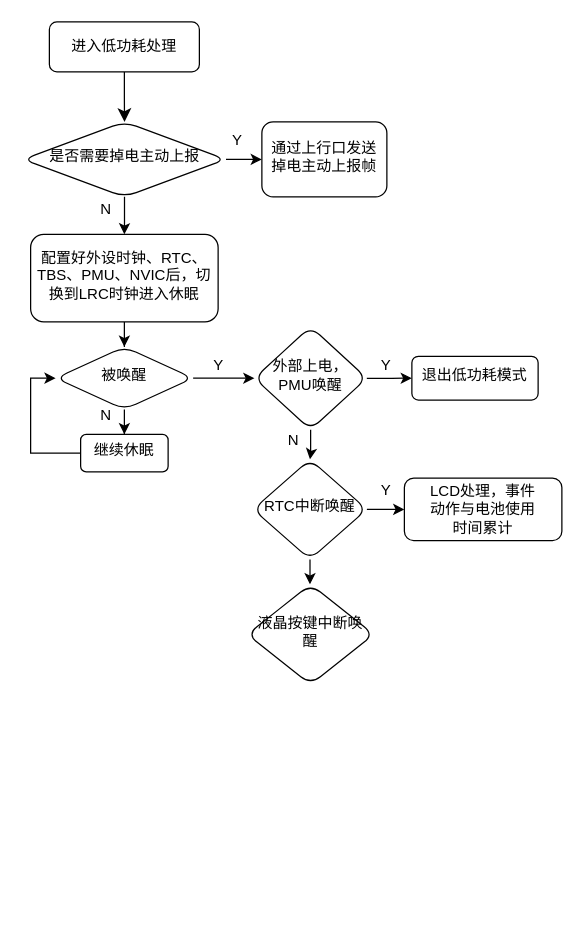
Earlier version of the draw.io diagram HT6025Prj_image/ht6025k低功耗.drawio (wigenbi/Diagrams). Source tidied: cells renumbered, new cells numbered last; positions are measured from the earlier drawing's top-left corner, leaving out a move shared by most shapes. Both pictures are drawn from the tidied source at 125%, with x=0, y=0 at pixel (22, 21).
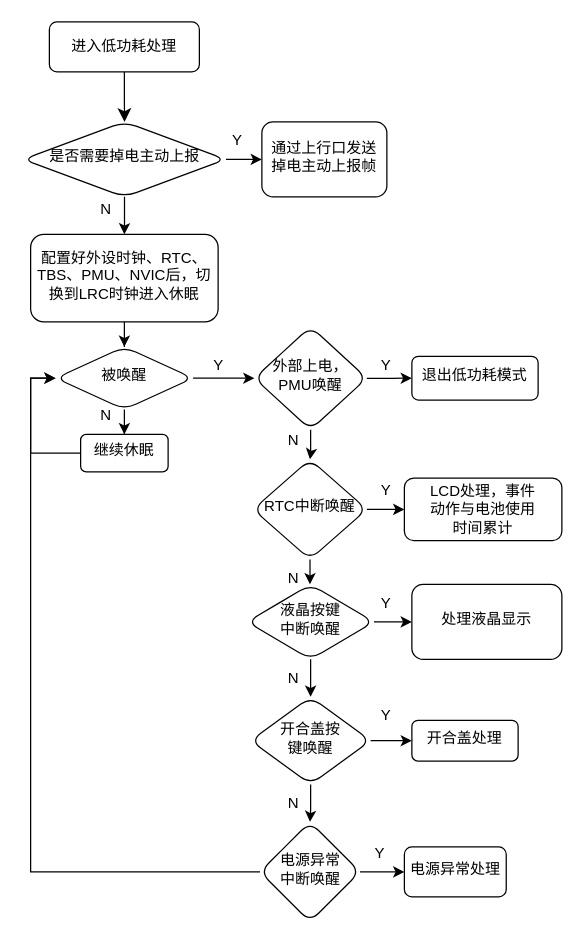
The same page after the edit.

Commit message (it also covers changes not shown here):
更新ht6025k低功耗.drawio

The change refers to these unchanged cells:
```xml
<mxCell id="12" value="被唤醒" style="rhombus;whiteSpace=wrap;html=1;rounded=1;shadow=0;strokeWidth=1;spacing=6;spacingTop=-4;" parent="1" vertex="1">
  <mxGeometry x="26" y="260" width="110" height="50" as="geometry" />
</mxCell>
```

Diff of the diagram source:
```diff
@@
+    <mxCell id="31" style="edgeStyle=orthogonalEdgeStyle;rounded=0;jettySize=auto;html=1;endArrow=classic;endFill=1;" parent="1" edge="1" source="30" target="33">
+      <mxGeometry relative="1" as="geometry" />
+    </mxCell>
+    <mxCell id="32" style="edgeStyle=orthogonalEdgeStyle;rounded=0;jettySize=auto;html=1;endArrow=classic;endFill=1;" parent="1" edge="1" source="30" target="37">
+      <mxGeometry relative="1" as="geometry" />
+    </mxCell>
-    <mxCell id="30" value="液晶按键中断唤醒" style="rhombus;whiteSpace=wrap;html=1;rounded=1;shadow=0;strokeWidth=1;spacing=6;spacingTop=-4;" parent="1" vertex="1">
-      <mxGeometry x="179.2" y="450" width="101.5" height="80" as="geometry" />
+    <mxCell id="30" value="液晶按键&lt;br&gt;中断唤醒" style="rhombus;whiteSpace=wrap;html=1;rounded=1;shadow=0;strokeWidth=1;spacing=6;spacingTop=-4;" parent="1" vertex="1">
+      <mxGeometry x="179.2" y="450" width="101.5" height="60" as="geometry" />
     </mxCell>
+    <mxCell id="33" value="处理液晶显示" style="whiteSpace=wrap;html=1;rounded=1;shadow=0;strokeWidth=1;spacing=6;spacingTop=-4;" parent="1" vertex="1">
+      <mxGeometry x="311" y="450" width="120" height="60" as="geometry" />
+    </mxCell>
+    <mxCell id="34" value="Y" style="text;html=1;align=center;verticalAlign=middle;strokeColor=none;fillColor=none;" parent="1" vertex="1">
+      <mxGeometry x="275" y="450" width="30" height="30" as="geometry" />
+    </mxCell>
+    <mxCell id="35" style="edgeStyle=orthogonalEdgeStyle;rounded=0;jettySize=auto;html=1;endArrow=classic;endFill=1;" parent="1" edge="1" source="37" target="38">
+      <mxGeometry relative="1" as="geometry" />
+    </mxCell>
+    <mxCell id="36" style="edgeStyle=orthogonalEdgeStyle;rounded=0;jettySize=auto;html=1;endArrow=classic;endFill=1;" parent="1" edge="1" source="37" target="44">
+      <mxGeometry relative="1" as="geometry" />
+    </mxCell>
+    <mxCell id="37" value="开合盖按&lt;br&gt;键唤醒" style="rhombus;whiteSpace=wrap;html=1;rounded=1;shadow=0;strokeWidth=1;spacing=6;spacingTop=-4;" parent="1" vertex="1">
+      <mxGeometry x="182" y="540" width="96" height="70" as="geometry" />
+    </mxCell>
+    <mxCell id="38" value="开合盖处理" style="whiteSpace=wrap;html=1;rounded=1;shadow=0;strokeWidth=1;spacing=6;spacingTop=-4;" parent="1" vertex="1">
+      <mxGeometry x="311" y="558.8" width="85" height="32.5" as="geometry" />
+    </mxCell>
+    <mxCell id="39" value="Y" style="text;html=1;align=center;verticalAlign=middle;strokeColor=none;fillColor=none;" parent="1" vertex="1">
+      <mxGeometry x="275" y="540" width="30" height="30" as="geometry" />
+    </mxCell>
+    <mxCell id="40" value="N" style="text;html=1;align=center;verticalAlign=middle;strokeColor=none;fillColor=none;" parent="1" vertex="1">
+      <mxGeometry x="201" y="430" width="30" height="30" as="geometry" />
+    </mxCell>
+    <mxCell id="41" value="N" style="text;html=1;align=center;verticalAlign=middle;strokeColor=none;fillColor=none;" parent="1" vertex="1">
+      <mxGeometry x="201" y="510" width="30" height="30" as="geometry" />
+    </mxCell>
+    <mxCell id="42" style="edgeStyle=orthogonalEdgeStyle;rounded=0;jettySize=auto;html=1;endArrow=classic;endFill=1;" parent="1" edge="1" source="44" target="46">
+      <mxGeometry relative="1" as="geometry" />
+    </mxCell>
+    <mxCell id="43" style="edgeStyle=orthogonalEdgeStyle;rounded=0;jettySize=auto;html=1;exitX=0;exitY=0.5;exitDx=0;exitDy=0;entryX=0;entryY=0.5;entryDx=0;entryDy=0;endArrow=classic;endFill=1;" parent="1" edge="1" source="44" target="12">
+      <mxGeometry relative="1" as="geometry" />
+    </mxCell>
+    <mxCell id="44" value="电源异常&lt;br&gt;中断唤醒" style="rhombus;whiteSpace=wrap;html=1;rounded=1;shadow=0;strokeWidth=1;spacing=6;spacingTop=-4;" parent="1" vertex="1">
+      <mxGeometry x="189.5" y="640" width="80" height="80" as="geometry" />
+    </mxCell>
+    <mxCell id="45" value="N" style="text;html=1;align=center;verticalAlign=middle;strokeColor=none;fillColor=none;" parent="1" vertex="1">
+      <mxGeometry x="201" y="610" width="30" height="30" as="geometry" />
+    </mxCell>
+    <mxCell id="46" value="电源异常处理" style="whiteSpace=wrap;html=1;rounded=1;shadow=0;strokeWidth=1;spacing=6;spacingTop=-4;" parent="1" vertex="1">
+      <mxGeometry x="305" y="660" width="81.5" height="40" as="geometry" />
+    </mxCell>
+    <mxCell id="47" value="Y" style="text;html=1;align=center;verticalAlign=middle;strokeColor=none;fillColor=none;" parent="1" vertex="1">
+      <mxGeometry x="269.5" y="650" width="30" height="30" as="geometry" />
+    </mxCell>
```
